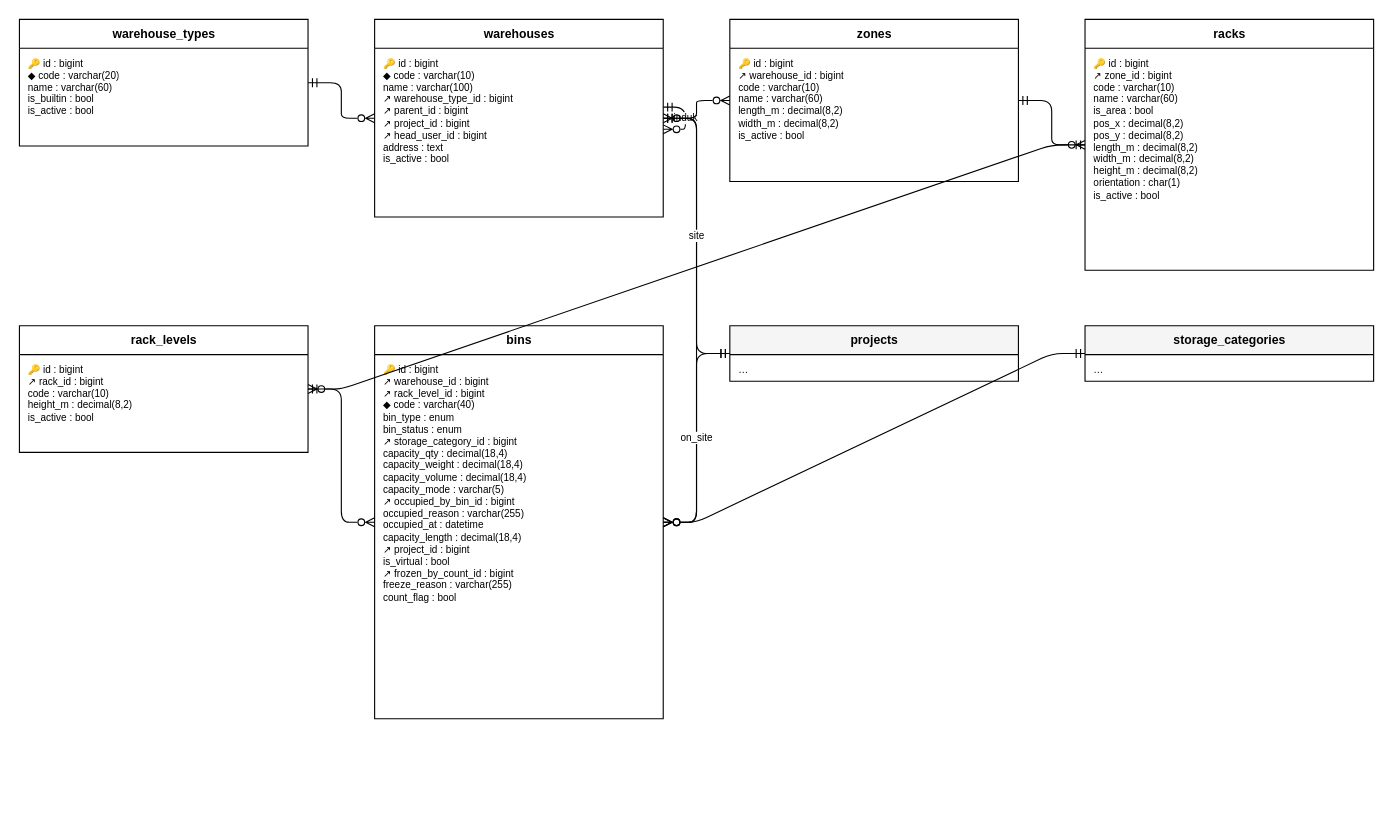
HengkyDarmawan/wms keeps this draw.io diagram as docs/diagram/erd-gudang.drawio. Above is the earlier version. Source tidied: cells renumbered, new cells numbered last; positions are measured from the earlier drawing's top-left corner, leaving out a move shared by most shapes. Both pictures are drawn from the tidied source at 111%, with x=0, y=0 at pixel (19, 19).
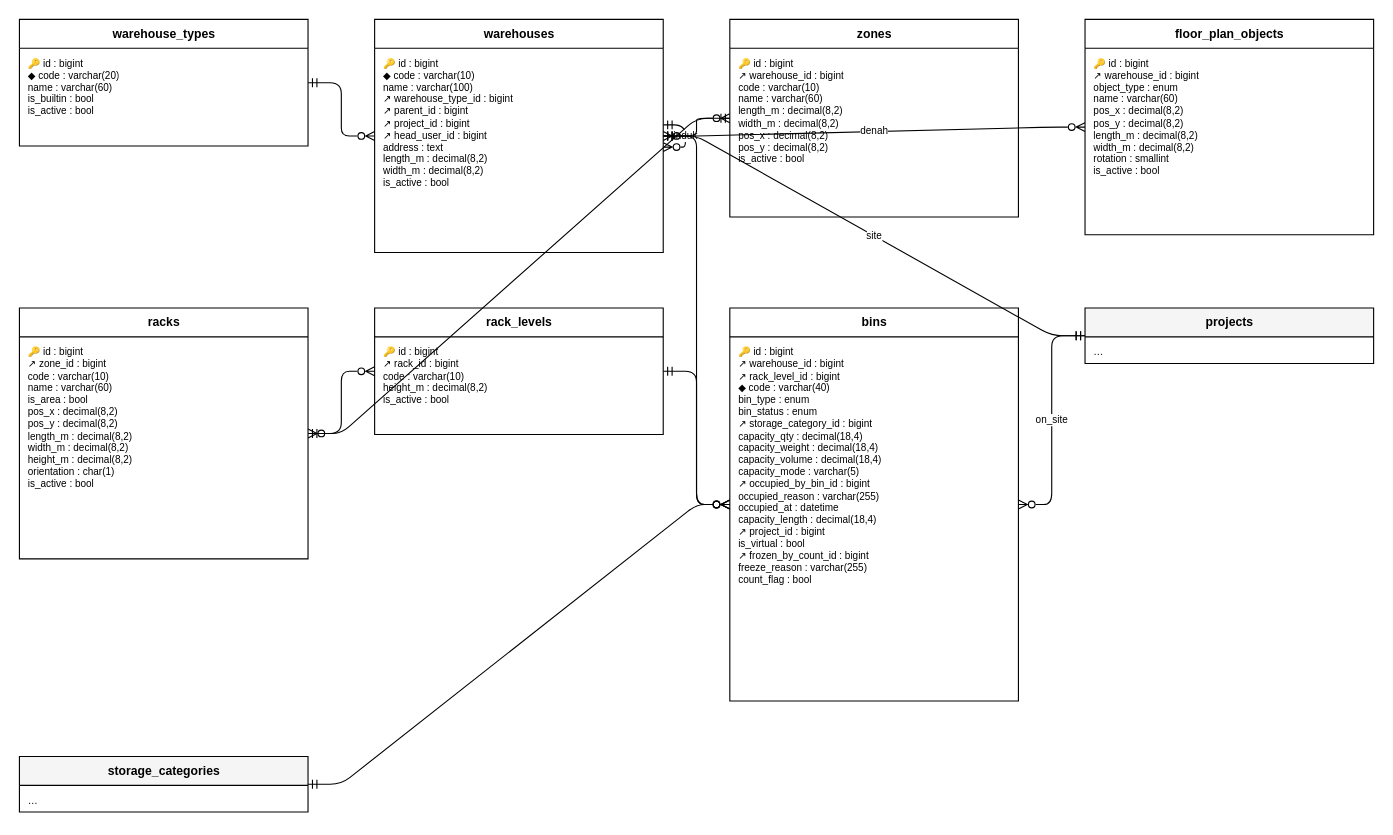
The same page after the edit.

Change to the diagram source:
```diff
@@
     <mxCell id="4" value="warehouses" style="swimlane;fontStyle=1;horizontal=1;startSize=26;html=1;fontSize=11;fillColor=#FFFFFF;" parent="1" vertex="1">
-      <mxGeometry x="320" width="260" height="178" as="geometry" />
+      <mxGeometry x="320" width="260" height="210" as="geometry" />
     </mxCell>
-    <mxCell id="5" value="🔑 id : bigint&lt;br&gt;◆ code : varchar(10)&lt;br&gt;name : varchar(100)&lt;br&gt;↗ warehouse_type_id : bigint&lt;br&gt;↗ parent_id : bigint&lt;br&gt;↗ project_id : bigint&lt;br&gt;↗ head_user_id : bigint&lt;br&gt;address : text&lt;br&gt;is_active : bool" style="text;html=1;strokeColor=none;fillColor=none;align=left;verticalAlign=top;spacingLeft=6;spacingTop=2;fontSize=9;whiteSpace=wrap;overflow=hidden;" parent="4" vertex="1">
-      <mxGeometry y="26" width="260" height="152" as="geometry" />
+    <mxCell id="5" value="🔑 id : bigint&lt;br&gt;◆ code : varchar(10)&lt;br&gt;name : varchar(100)&lt;br&gt;↗ warehouse_type_id : bigint&lt;br&gt;↗ parent_id : bigint&lt;br&gt;↗ project_id : bigint&lt;br&gt;↗ head_user_id : bigint&lt;br&gt;address : text&lt;br&gt;length_m : decimal(8,2)&lt;br&gt;width_m : decimal(8,2)&lt;br&gt;is_active : bool" style="text;html=1;strokeColor=none;fillColor=none;align=left;verticalAlign=top;spacingLeft=6;spacingTop=2;fontSize=9;whiteSpace=wrap;overflow=hidden;" parent="4" vertex="1">
+      <mxGeometry y="26" width="260" height="184" as="geometry" />
     </mxCell>
     <mxCell id="6" value="zones" style="swimlane;fontStyle=1;horizontal=1;startSize=26;html=1;fontSize=11;fillColor=#FFFFFF;" parent="1" vertex="1">
-      <mxGeometry x="640" width="260" height="146" as="geometry" />
+      <mxGeometry x="640" width="260" height="178" as="geometry" />
     </mxCell>
-    <mxCell id="7" value="🔑 id : bigint&lt;br&gt;↗ warehouse_id : bigint&lt;br&gt;code : varchar(10)&lt;br&gt;name : varchar(60)&lt;br&gt;length_m : decimal(8,2)&lt;br&gt;width_m : decimal(8,2)&lt;br&gt;is_active : bool" style="text;html=1;strokeColor=none;fillColor=none;align=left;verticalAlign=top;spacingLeft=6;spacingTop=2;fontSize=9;whiteSpace=wrap;overflow=hidden;" parent="6" vertex="1">
-      <mxGeometry y="26" width="260" height="120" as="geometry" />
+    <mxCell id="7" value="🔑 id : bigint&lt;br&gt;↗ warehouse_id : bigint&lt;br&gt;code : varchar(10)&lt;br&gt;name : varchar(60)&lt;br&gt;length_m : decimal(8,2)&lt;br&gt;width_m : decimal(8,2)&lt;br&gt;pos_x : decimal(8,2)&lt;br&gt;pos_y : decimal(8,2)&lt;br&gt;is_active : bool" style="text;html=1;strokeColor=none;fillColor=none;align=left;verticalAlign=top;spacingLeft=6;spacingTop=2;fontSize=9;whiteSpace=wrap;overflow=hidden;" parent="6" vertex="1">
+      <mxGeometry y="26" width="260" height="152" as="geometry" />
     </mxCell>
+    <mxCell id="28" value="floor_plan_objects" style="swimlane;fontStyle=1;horizontal=1;startSize=26;html=1;fontSize=11;fillColor=#FFFFFF;" parent="1" vertex="1">
+      <mxGeometry x="960" width="260" height="194" as="geometry" />
+    </mxCell>
+    <mxCell id="29" value="🔑 id : bigint&lt;br&gt;↗ warehouse_id : bigint&lt;br&gt;object_type : enum&lt;br&gt;name : varchar(60)&lt;br&gt;pos_x : decimal(8,2)&lt;br&gt;pos_y : decimal(8,2)&lt;br&gt;length_m : decimal(8,2)&lt;br&gt;width_m : decimal(8,2)&lt;br&gt;rotation : smallint&lt;br&gt;is_active : bool" style="text;html=1;strokeColor=none;fillColor=none;align=left;verticalAlign=top;spacingLeft=6;spacingTop=2;fontSize=9;whiteSpace=wrap;overflow=hidden;" parent="28" vertex="1">
+      <mxGeometry y="26" width="260" height="168" as="geometry" />
+    </mxCell>
     <mxCell id="8" value="racks" style="swimlane;fontStyle=1;horizontal=1;startSize=26;html=1;fontSize=11;fillColor=#FFFFFF;" parent="1" vertex="1">
-      <mxGeometry x="960" width="260" height="226" as="geometry" />
+      <mxGeometry y="260" width="260" height="226" as="geometry" />
     </mxCell>
@@
     <mxCell id="10" value="rack_levels" style="swimlane;fontStyle=1;horizontal=1;startSize=26;html=1;fontSize=11;fillColor=#FFFFFF;" parent="1" vertex="1">
-      <mxGeometry y="276" width="260" height="114" as="geometry" />
+      <mxGeometry x="320" y="260" width="260" height="114" as="geometry" />
     </mxCell>
@@
     <mxCell id="12" value="bins" style="swimlane;fontStyle=1;horizontal=1;startSize=26;html=1;fontSize=11;fillColor=#FFFFFF;" parent="1" vertex="1">
-      <mxGeometry x="320" y="276" width="260" height="354" as="geometry" />
+      <mxGeometry x="640" y="260" width="260" height="354" as="geometry" />
     </mxCell>
@@
     <mxCell id="14" value="projects" style="swimlane;fontStyle=1;horizontal=1;startSize=26;html=1;fontSize=11;fillColor=#F5F5F5;" parent="1" vertex="1">
-      <mxGeometry x="640" y="276" width="260" height="50" as="geometry" />
+      <mxGeometry x="960" y="260" width="260" height="50" as="geometry" />
     </mxCell>
@@
     <mxCell id="16" value="storage_categories" style="swimlane;fontStyle=1;horizontal=1;startSize=26;html=1;fontSize=11;fillColor=#F5F5F5;" parent="1" vertex="1">
-      <mxGeometry x="960" y="276" width="260" height="50" as="geometry" />
+      <mxGeometry y="664" width="260" height="50" as="geometry" />
     </mxCell>
@@
-    <mxCell id="21" style="edgeStyle=entityRelationEdgeStyle;fontSize=9;html=1;endArrow=ERzeroToMany;startArrow=ERmandOne;endFill=0;startFill=0;" parent="1" edge="1" source="6" target="8">
+    <mxCell id="21" value="denah" style="edgeStyle=entityRelationEdgeStyle;fontSize=9;html=1;endArrow=ERzeroToMany;startArrow=ERmandOne;endFill=0;startFill=0;" parent="1" edge="1" source="4" target="28">
       <mxGeometry relative="1" as="geometry" />
     </mxCell>
-    <mxCell id="22" style="edgeStyle=entityRelationEdgeStyle;fontSize=9;html=1;endArrow=ERzeroToMany;startArrow=ERmandOne;endFill=0;startFill=0;" parent="1" edge="1" source="8" target="10">
+    <mxCell id="22" style="edgeStyle=entityRelationEdgeStyle;fontSize=9;html=1;endArrow=ERzeroToMany;startArrow=ERmandOne;endFill=0;startFill=0;" parent="1" edge="1" source="6" target="8">
       <mxGeometry relative="1" as="geometry" />
     </mxCell>
-    <mxCell id="23" style="edgeStyle=entityRelationEdgeStyle;fontSize=9;html=1;endArrow=ERzeroToMany;startArrow=ERmandOne;endFill=0;startFill=0;" parent="1" edge="1" source="10" target="12">
+    <mxCell id="23" style="edgeStyle=entityRelationEdgeStyle;fontSize=9;html=1;endArrow=ERzeroToMany;startArrow=ERmandOne;endFill=0;startFill=0;" parent="1" edge="1" source="8" target="10">
       <mxGeometry relative="1" as="geometry" />
     </mxCell>
-    <mxCell id="24" style="edgeStyle=entityRelationEdgeStyle;fontSize=9;html=1;endArrow=ERzeroToMany;startArrow=ERmandOne;endFill=0;startFill=0;" parent="1" edge="1" source="4" target="12">
+    <mxCell id="24" style="edgeStyle=entityRelationEdgeStyle;fontSize=9;html=1;endArrow=ERzeroToMany;startArrow=ERmandOne;endFill=0;startFill=0;" parent="1" edge="1" source="10" target="12">
       <mxGeometry relative="1" as="geometry" />
     </mxCell>
-    <mxCell id="25" style="edgeStyle=entityRelationEdgeStyle;fontSize=9;html=1;endArrow=ERzeroToMany;startArrow=ERmandOne;endFill=0;startFill=0;" parent="1" edge="1" source="16" target="12">
+    <mxCell id="25" style="edgeStyle=entityRelationEdgeStyle;fontSize=9;html=1;endArrow=ERzeroToMany;startArrow=ERmandOne;endFill=0;startFill=0;" parent="1" edge="1" source="4" target="12">
       <mxGeometry relative="1" as="geometry" />
     </mxCell>
-    <mxCell id="26" value="site" style="edgeStyle=entityRelationEdgeStyle;fontSize=9;html=1;endArrow=ERzeroToMany;startArrow=ERmandOne;endFill=0;startFill=0;" parent="1" edge="1" source="14" target="4">
+    <mxCell id="26" style="edgeStyle=entityRelationEdgeStyle;fontSize=9;html=1;endArrow=ERzeroToMany;startArrow=ERmandOne;endFill=0;startFill=0;" parent="1" edge="1" source="16" target="12">
       <mxGeometry relative="1" as="geometry" />
     </mxCell>
-    <mxCell id="27" value="on_site" style="edgeStyle=entityRelationEdgeStyle;fontSize=9;html=1;endArrow=ERzeroToMany;startArrow=ERmandOne;endFill=0;startFill=0;" parent="1" edge="1" source="14" target="12">
+    <mxCell id="27" value="site" style="edgeStyle=entityRelationEdgeStyle;fontSize=9;html=1;endArrow=ERzeroToMany;startArrow=ERmandOne;endFill=0;startFill=0;" parent="1" edge="1" source="14" target="4">
       <mxGeometry relative="1" as="geometry" />
     </mxCell>
+    <mxCell id="30" value="on_site" style="edgeStyle=entityRelationEdgeStyle;fontSize=9;html=1;endArrow=ERzeroToMany;startArrow=ERmandOne;endFill=0;startFill=0;" parent="1" edge="1" source="14" target="12">
+      <mxGeometry relative="1" as="geometry" />
+    </mxCell>
```
